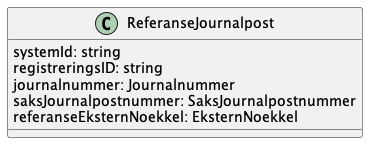
The PlantUML diagram Dokumentasjon/V1/ClassDiagrams/no.ks.fiks.saksfaser.v1.felles.referansejournalpost/classdiagram.png in ks-no/fiks-saksfaser-specification, before a commit.
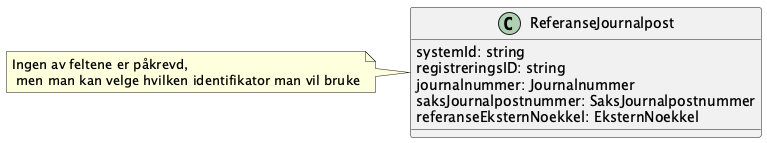
Later version of the same file.

The edit, as a diff of the source:
```diff
@@ -8,4 +8,9 @@
     referanseEksternNoekkel: EksternNoekkel
 }
 
+note left of ReferanseJournalpost {
+    Ingen av feltene er påkrevd,
+     men man kan velge hvilken identifikator man vil bruke
+}
+
 @enduml
```
